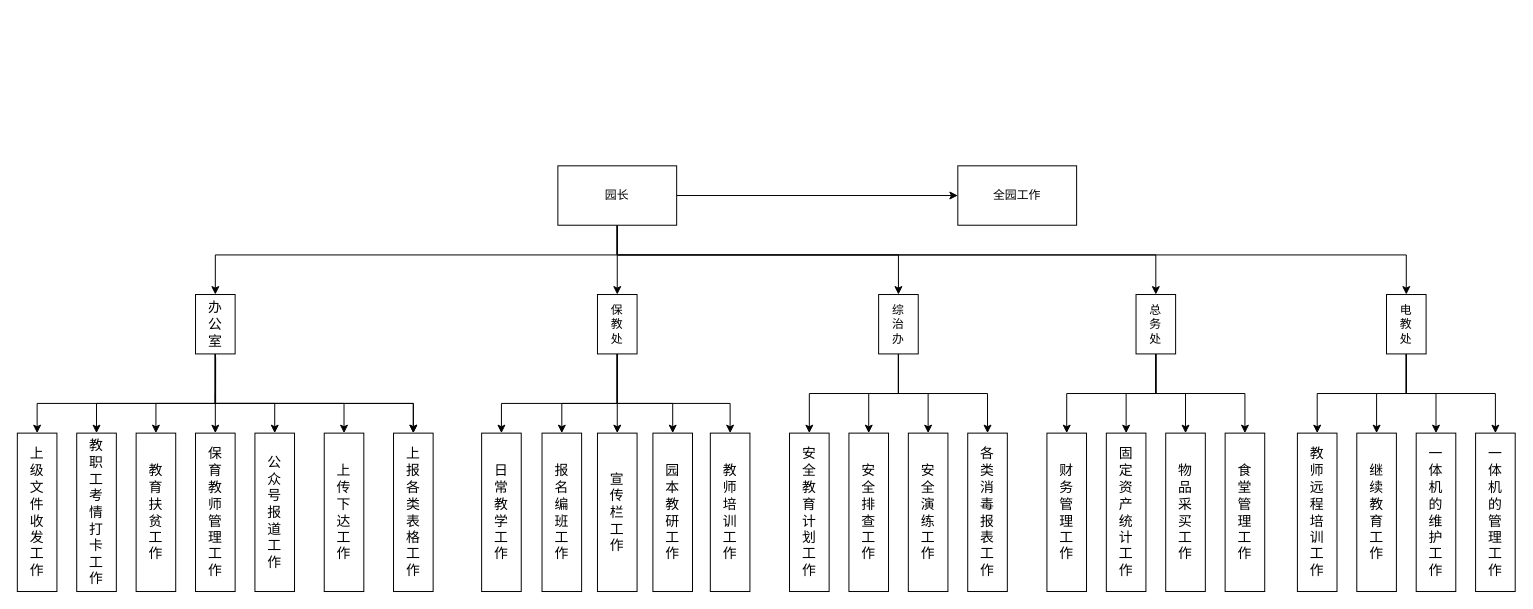
This is Untitled Diagram.drawio from SummerWindL/knowledge_base, a draw.io file, before an edit. Source tidied: cells renumbered, new cells numbered last; positions are measured from the earlier drawing's top-left corner, leaving out a move shared by most shapes. Both pictures are drawn from the tidied source at 99%, with x=0, y=0 at pixel (17, 165).
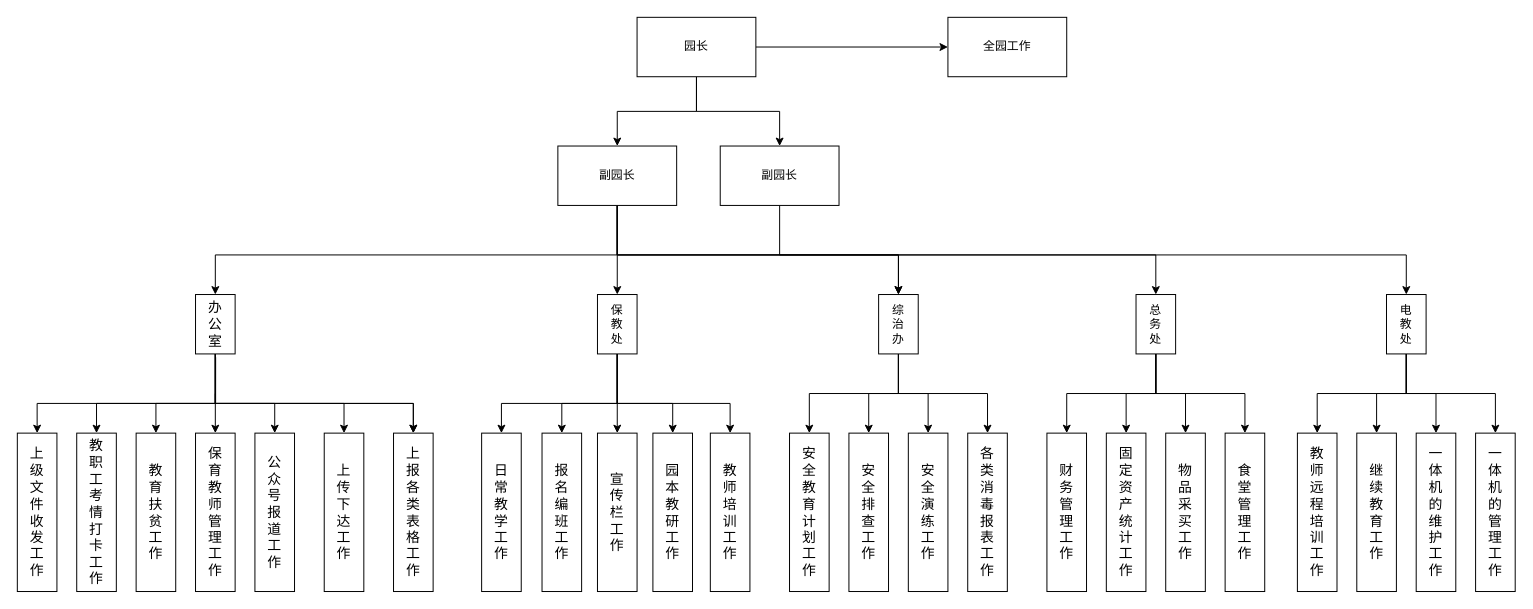
The same diagram, later.

Unchanged cells that the change refers to:
```xml
<mxCell id="9" value="办&lt;br&gt;公&lt;br&gt;室" style="rounded=0;whiteSpace=wrap;html=1;shadow=0;labelBackgroundColor=none;fontFamily=Verdana;fontSize=14;align=center;verticalAlign=middle;" parent="1" vertex="1">
  <mxGeometry x="180" y="130" width="40" height="60" as="geometry" />
</mxCell>
<mxCell id="22" value="综&lt;br&gt;治&lt;br&gt;办" style="rounded=0;whiteSpace=wrap;html=1;" parent="1" vertex="1">
  <mxGeometry x="870" y="130" width="40" height="60" as="geometry" />
</mxCell>
<mxCell id="28" value="保&lt;br&gt;教&lt;br&gt;处" style="rounded=0;whiteSpace=wrap;html=1;" parent="1" vertex="1">
  <mxGeometry x="586" y="130" width="40" height="60" as="geometry" />
</mxCell>
<mxCell id="33" value="总&lt;br&gt;务&lt;br&gt;处" style="rounded=0;whiteSpace=wrap;html=1;" parent="1" vertex="1">
  <mxGeometry x="1130" y="130" width="40" height="60" as="geometry" />
</mxCell>
<mxCell id="38" value="电&lt;br&gt;教&lt;br&gt;处" style="rounded=0;whiteSpace=wrap;html=1;" parent="1" vertex="1">
  <mxGeometry x="1383" y="130" width="40" height="60" as="geometry" />
</mxCell>
```

The edit, as a diff of the source:
```diff
@@
-    <mxCell id="11" style="edgeStyle=orthogonalEdgeStyle;rounded=0;jettySize=auto;html=1;entryX=0.5;entryY=0;entryDx=0;entryDy=0;fontFamily=Verdana;fontSize=14;" parent="1" edge="1" source="16" target="9">
-      <mxGeometry relative="1" as="geometry">
-        <Array as="points">
-          <mxPoint x="606" y="90" />
-          <mxPoint x="200" y="90" />
-        </Array>
-      </mxGeometry>
-    </mxCell>
-    <mxCell id="12" style="edgeStyle=orthogonalEdgeStyle;rounded=0;jettySize=auto;html=1;entryX=0.5;entryY=0;entryDx=0;entryDy=0;fontFamily=Verdana;fontSize=14;" parent="1" edge="1" source="16" target="28">
-      <mxGeometry relative="1" as="geometry">
-        <Array as="points">
-          <mxPoint x="606" y="80" />
-          <mxPoint x="606" y="80" />
-        </Array>
-      </mxGeometry>
-    </mxCell>
-    <mxCell id="13" style="edgeStyle=orthogonalEdgeStyle;rounded=0;jettySize=auto;html=1;entryX=0.5;entryY=0;entryDx=0;entryDy=0;fontFamily=Verdana;fontSize=14;" parent="1" edge="1" source="16" target="22">
-      <mxGeometry relative="1" as="geometry">
-        <Array as="points">
-          <mxPoint x="606" y="90" />
-          <mxPoint x="890" y="90" />
-        </Array>
-      </mxGeometry>
-    </mxCell>
-    <mxCell id="14" style="edgeStyle=orthogonalEdgeStyle;rounded=0;jettySize=auto;html=1;entryX=0.5;entryY=0;entryDx=0;entryDy=0;fontFamily=Verdana;fontSize=14;" parent="1" edge="1" source="16" target="33">
-      <mxGeometry relative="1" as="geometry">
-        <Array as="points">
-          <mxPoint x="606" y="90" />
-          <mxPoint x="1150" y="90" />
-        </Array>
-      </mxGeometry>
-    </mxCell>
-    <mxCell id="15" style="edgeStyle=orthogonalEdgeStyle;rounded=0;jettySize=auto;html=1;fontFamily=Verdana;fontSize=14;" parent="1" edge="1" source="16" target="38">
-      <mxGeometry relative="1" as="geometry">
-        <Array as="points">
-          <mxPoint x="606" y="90" />
-          <mxPoint x="1403" y="90" />
-        </Array>
-      </mxGeometry>
-    </mxCell>
+    <mxCell id="64" style="edgeStyle=orthogonalEdgeStyle;rounded=0;jettySize=auto;html=1;entryX=0.5;entryY=0;entryDx=0;entryDy=0;fontFamily=Verdana;fontSize=14;" parent="1" edge="1" source="16" target="71">
+      <mxGeometry relative="1" as="geometry" />
+    </mxCell>
+    <mxCell id="65" style="edgeStyle=orthogonalEdgeStyle;rounded=0;jettySize=auto;html=1;entryX=0.5;entryY=0;entryDx=0;entryDy=0;fontFamily=Verdana;fontSize=14;strokeWidth=1;" parent="1" edge="1" source="16" target="73">
+      <mxGeometry relative="1" as="geometry" />
+    </mxCell>
     <mxCell id="16" value="园长" style="rounded=0;whiteSpace=wrap;html=1;" parent="1" vertex="1">
-      <mxGeometry x="546" width="120" height="60" as="geometry" />
+      <mxGeometry x="626" y="-150" width="120" height="60" as="geometry" />
     </mxCell>
     <mxCell id="17" value="全园工作" style="rounded=0;whiteSpace=wrap;html=1;" parent="1" vertex="1">
-      <mxGeometry x="950" width="120" height="60" as="geometry" />
+      <mxGeometry x="940" y="-150" width="120" height="60" as="geometry" />
     </mxCell>
@@
+    <mxCell id="66" style="edgeStyle=orthogonalEdgeStyle;rounded=0;jettySize=auto;html=1;entryX=0.5;entryY=0;entryDx=0;entryDy=0;fontFamily=Verdana;fontSize=14;strokeWidth=1;" parent="1" edge="1" source="71" target="9">
+      <mxGeometry relative="1" as="geometry">
+        <Array as="points">
+          <mxPoint x="606" y="90" />
+          <mxPoint x="200" y="90" />
+        </Array>
+      </mxGeometry>
+    </mxCell>
+    <mxCell id="67" style="edgeStyle=orthogonalEdgeStyle;rounded=0;jettySize=auto;html=1;fontFamily=Verdana;fontSize=14;" parent="1" edge="1" source="71" target="28">
+      <mxGeometry relative="1" as="geometry" />
+    </mxCell>
+    <mxCell id="68" style="edgeStyle=orthogonalEdgeStyle;rounded=0;jettySize=auto;html=1;fontFamily=Verdana;fontSize=14;" parent="1" edge="1" source="71" target="22">
+      <mxGeometry relative="1" as="geometry">
+        <Array as="points">
+          <mxPoint x="606" y="90" />
+          <mxPoint x="890" y="90" />
+        </Array>
+      </mxGeometry>
+    </mxCell>
+    <mxCell id="69" style="edgeStyle=orthogonalEdgeStyle;rounded=0;jettySize=auto;html=1;entryX=0.5;entryY=0;entryDx=0;entryDy=0;fontFamily=Verdana;fontSize=14;" parent="1" edge="1" source="71" target="33">
+      <mxGeometry relative="1" as="geometry">
+        <Array as="points">
+          <mxPoint x="606" y="90" />
+          <mxPoint x="1150" y="90" />
+        </Array>
+      </mxGeometry>
+    </mxCell>
+    <mxCell id="70" style="edgeStyle=orthogonalEdgeStyle;rounded=0;jettySize=auto;html=1;fontFamily=Verdana;fontSize=14;" parent="1" edge="1" source="71" target="38">
+      <mxGeometry relative="1" as="geometry">
+        <Array as="points">
+          <mxPoint x="606" y="90" />
+          <mxPoint x="1403" y="90" />
+        </Array>
+      </mxGeometry>
+    </mxCell>
+    <mxCell id="71" value="副园长" style="rounded=0;whiteSpace=wrap;html=1;" parent="1" vertex="1">
+      <mxGeometry x="546" y="-20" width="120" height="60" as="geometry" />
+    </mxCell>
+    <mxCell id="72" style="edgeStyle=orthogonalEdgeStyle;rounded=0;jettySize=auto;html=1;fontFamily=Verdana;fontSize=14;strokeWidth=1;" parent="1" edge="1" source="73">
+      <mxGeometry relative="1" as="geometry">
+        <mxPoint x="890" y="130" as="targetPoint" />
+        <Array as="points">
+          <mxPoint x="770" y="90" />
+          <mxPoint x="890" y="90" />
+        </Array>
+      </mxGeometry>
+    </mxCell>
+    <mxCell id="73" value="副园长" style="rounded=0;whiteSpace=wrap;html=1;" parent="1" vertex="1">
+      <mxGeometry x="710" y="-20" width="120" height="60" as="geometry" />
+    </mxCell>
```
